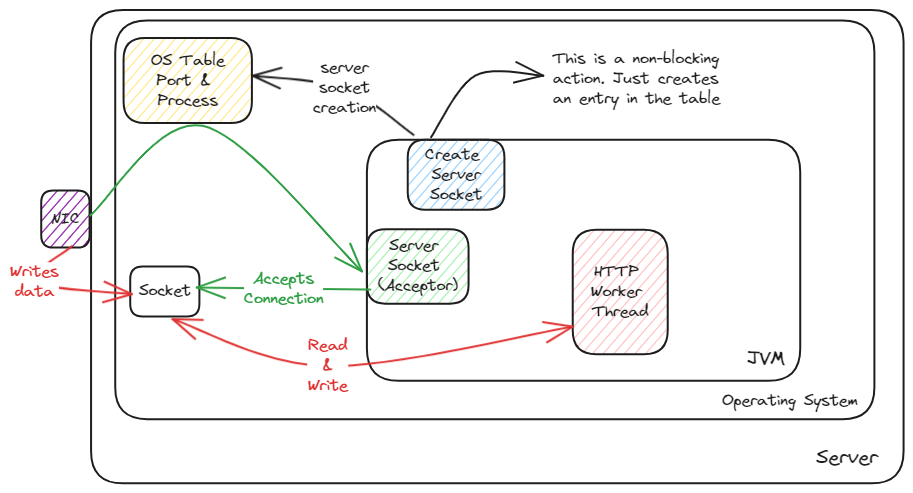
This is static/img/ports-sockets.excalidraw.png from swaroopar/inprogress-engineer, a Excalidraw export, as it was before one commit. Source tidied: one line per element, renumbered; positions are measured from the earlier drawing's top-left corner, leaving out a move shared by most shapes.
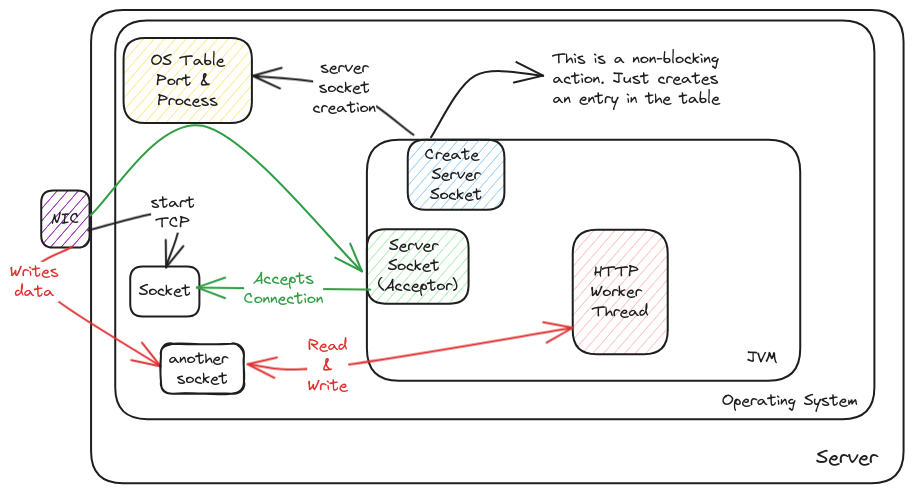
After the commit.

Change to the diagram source:
```diff
@@ -3,7 +3,7 @@
 {"id": 2, "type": "text", "text": "OS Table\nPort & \nProcess", "strokeColor": "#1e1e1e", "strokeWidth": 2, "roughness": 0, "fontSize": 16, "fontFamily": 1, "textAlign": "center", "verticalAlign": "middle", "inside": 1, "x": 132, "y": 41, "width": 74, "height": 60}
 {"id": 3, "type": "rectangle", "strokeColor": "#1e1e1e", "strokeWidth": 2, "roughness": 0, "round": true, "x": 349, "y": 130, "width": 433, "height": 241}
 {"id": 4, "type": "text", "text": "Server", "strokeColor": "#1e1e1e", "strokeWidth": 2, "roughness": 0, "fontSize": 20, "fontFamily": 1, "x": 798, "y": 435, "width": 62, "height": 25}
-{"id": 5, "type": "text", "text": "JVM", "strokeColor": "#1e1e1e", "strokeWidth": 2, "roughness": 0, "fontSize": 20, "fontFamily": 1, "x": 729, "y": 336, "width": 38, "height": 25}
+{"id": 5, "type": "text", "text": "JVM", "strokeColor": "#1e1e1e", "strokeWidth": 2, "roughness": 0, "fontSize": 16, "fontFamily": 1, "x": 729, "y": 338, "width": 31, "height": 20}
 {"id": 6, "type": "arrow", "strokeColor": "#1e1e1e", "strokeWidth": 2, "roughness": 0, "endArrowhead": "arrow", "round": true, "from": 3, "to": 1, "x": 395, "y": 125, "width": 161, "height": 59, "points": [[0, 0], [-69, -46], [-161, -59]]}
 {"id": 7, "type": "text", "text": "server\nsocket\ncreation", "strokeColor": "#1e1e1e", "strokeWidth": 2, "roughness": 0, "fontSize": 16, "fontFamily": 1, "textAlign": "center", "verticalAlign": "middle", "inside": 6, "x": 294, "y": 48, "width": 63, "height": 60}
 {"id": 8, "type": "rectangle", "strokeColor": "#1e1e1e", "backgroundColor": "#a5d8ff", "fillStyle": "hachure", "strokeWidth": 2, "roughness": 0, "round": true, "x": 389, "y": 130, "width": 97, "height": 70}
@@ -21,9 +21,13 @@
 {"id": 20, "type": "text", "text": "Accepts\nConnection", "strokeColor": "#2f9e44", "backgroundColor": "#b2f2bb", "fillStyle": "hachure", "strokeWidth": 2, "roughness": 0, "fontSize": 16, "fontFamily": 1, "textAlign": "center", "verticalAlign": "middle", "inside": 19, "x": 225, "y": 259, "width": 80, "height": 40}
 {"id": 21, "type": "rectangle", "strokeColor": "#1e1e1e", "backgroundColor": "#ffc9c9", "fillStyle": "hachure", "strokeWidth": 2, "roughness": 0, "round": true, "x": 554, "y": 220, "width": 95, "height": 124}
 {"id": 22, "type": "text", "text": "HTTP \nWorker \nThread", "strokeColor": "#1e1e1e", "strokeWidth": 2, "roughness": 0, "fontSize": 16, "fontFamily": 1, "textAlign": "center", "verticalAlign": "middle", "inside": 21, "x": 572, "y": 252, "width": 59, "height": 60}
-{"id": 23, "type": "arrow", "strokeColor": "#e03131", "strokeWidth": 2, "roughness": 0, "startArrowhead": "arrow", "endArrowhead": "arrow", "round": true, "from": 17, "to": 21, "x": 154, "y": 309, "width": 400, "height": 47, "points": [[0, 0], [155, 47], [400, 8]]}
+{"id": 23, "type": "arrow", "strokeColor": "#e03131", "strokeWidth": 2, "roughness": 0, "startArrowhead": "arrow", "endArrowhead": "arrow", "round": true, "to": 21, "x": 229, "y": 353, "width": 325, "height": 39, "points": [[0, 0], [80, 3], [325, -36]]}
 {"id": 24, "type": "text", "text": "Read\n&\nWrite", "strokeColor": "#e03131", "backgroundColor": "#b2f2bb", "fillStyle": "hachure", "strokeWidth": 2, "roughness": 0, "fontSize": 16, "fontFamily": 1, "textAlign": "center", "verticalAlign": "middle", "inside": 23, "x": 289, "y": 326, "width": 40, "height": 60}
-{"id": 25, "type": "arrow", "strokeColor": "#e03131", "backgroundColor": "#b2f2bb", "fillStyle": "hachure", "strokeWidth": 2, "roughness": 0, "endArrowhead": "arrow", "round": true, "from": 0, "x": 53, "y": 236, "width": 97, "height": 48, "points": [[0, 0], [-37, 36], [60, 48]]}
+{"id": 25, "type": "arrow", "strokeColor": "#e03131", "backgroundColor": "#b2f2bb", "fillStyle": "hachure", "strokeWidth": 2, "roughness": 0, "endArrowhead": "arrow", "round": true, "from": 0, "to": 29, "x": 53, "y": 236, "width": 125, "height": 120, "points": [[0, 0], [-37, 36], [88, 120]]}
-{"id": 26, "type": "text", "text": "Writes\ndata", "strokeColor": "#e03131", "backgroundColor": "#b2f2bb", "fillStyle": "hachure", "strokeWidth": 2, "roughness": 0, "fontSize": 16, "fontFamily": 1, "textAlign": "center", "verticalAlign": "middle", "inside": 25, "x": 0, "y": 261, "width": 49, "height": 40}
+{"id": 26, "type": "text", "text": "Writes\ndata", "strokeColor": "#e03131", "backgroundColor": "#b2f2bb", "fillStyle": "hachure", "strokeWidth": 2, "roughness": 0, "fontSize": 16, "fontFamily": 1, "textAlign": "center", "verticalAlign": "middle", "inside": 25, "x": -8, "y": 252, "width": 49, "height": 40}
 {"id": 27, "type": "arrow", "strokeColor": "#1e1e1e", "backgroundColor": "#9c36b5", "fillStyle": "hachure", "strokeWidth": 2, "roughness": 0, "endArrowhead": "arrow", "round": true, "from": 8, "to": 28, "x": 413, "y": 127, "width": 112, "height": 62, "points": [[0, 0], [44, -62], [112, -62]]}
 {"id": 28, "type": "text", "text": "This is a non-blocking \naction. Just creates\nan entry in the table", "strokeColor": "#1e1e1e", "backgroundColor": "#9c36b5", "fillStyle": "hachure", "strokeWidth": 2, "roughness": 0, "fontSize": 16, "fontFamily": 1, "x": 534, "y": 39, "width": 174, "height": 60}
+{"id": 29, "type": "rectangle", "strokeColor": "#1e1e1e", "strokeWidth": 2, "roughness": 1, "round": true, "x": 143, "y": 334, "width": 83, "height": 50}
+{"id": 30, "type": "text", "text": "another \nsocket", "strokeColor": "#1e1e1e", "strokeWidth": 2, "roughness": 1, "fontSize": 16, "fontFamily": 1, "textAlign": "center", "verticalAlign": "middle", "inside": 29, "x": 150, "y": 339, "width": 68, "height": 40}
+{"id": 31, "type": "arrow", "strokeColor": "#1e1e1e", "strokeWidth": 2, "roughness": 0, "endArrowhead": "arrow", "round": true, "from": 12, "x": 68, "y": 220, "width": 87, "height": 54, "points": [[0, 0], [87, -17], [78, 37]]}
+{"id": 32, "type": "text", "text": "start\nTCP", "strokeColor": "#1e1e1e", "strokeWidth": 2, "roughness": 0, "fontSize": 16, "fontFamily": 1, "textAlign": "center", "verticalAlign": "middle", "inside": 31, "x": 132, "y": 183, "width": 44, "height": 40}
```
